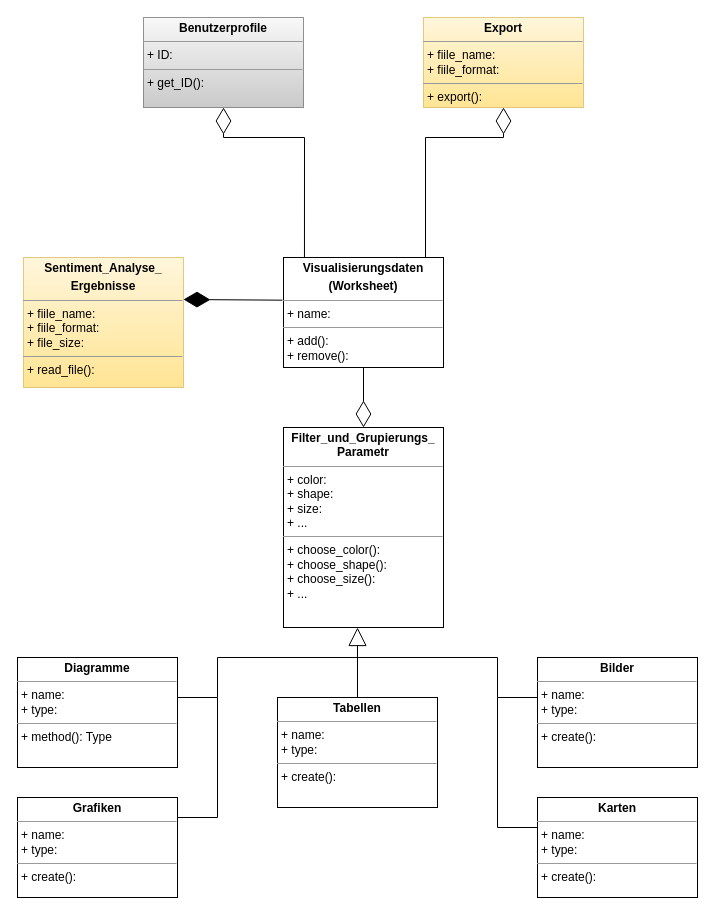
Above: Unbenanntes Diagramm.drawio in AniytaK/hello-world (draw.io), before the change. Source tidied: cells renumbered, new cells numbered last; positions are measured from the earlier drawing's top-left corner, leaving out a move shared by most shapes. Both pictures are drawn from the tidied source at 100%, with x=0, y=0 at pixel (17, 17).
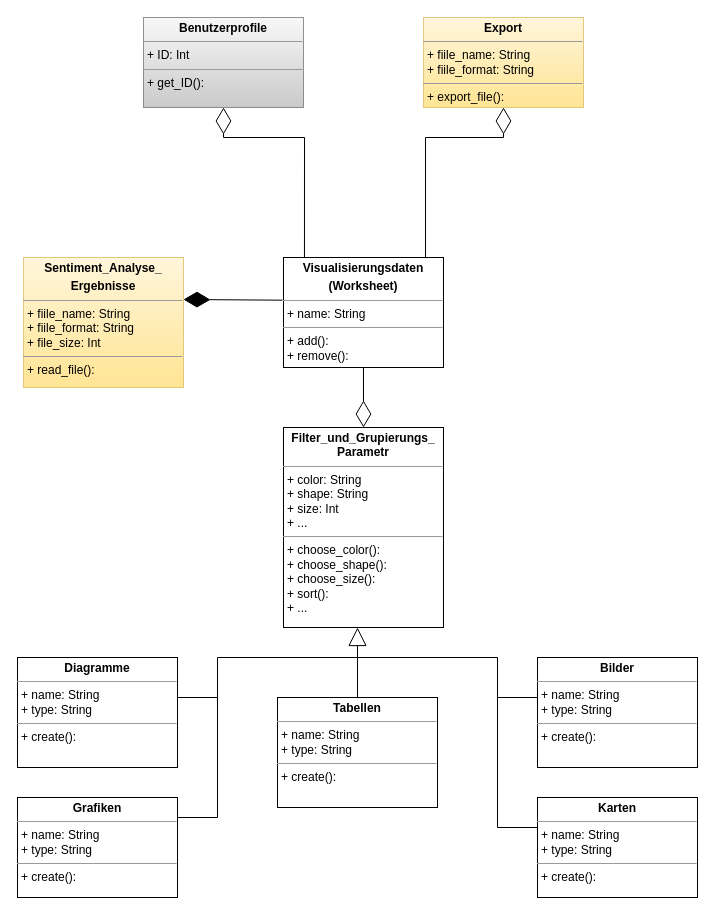
The same page after the edit.

Diff of the diagram source:
```diff
@@
-    <mxCell id="2" value="&lt;p style=&quot;margin:0px;margin-top:4px;text-align:center;&quot;&gt;&lt;b&gt;Grafiken&lt;/b&gt;&lt;/p&gt;&lt;hr size=&quot;1&quot;&gt;&lt;p style=&quot;border-color: var(--border-color); margin: 0px 0px 0px 4px;&quot;&gt;+ name:&lt;/p&gt;&lt;p style=&quot;border-color: var(--border-color); margin: 0px 0px 0px 4px;&quot;&gt;+ type:&lt;/p&gt;&lt;hr size=&quot;1&quot;&gt;&lt;p style=&quot;margin:0px;margin-left:4px;&quot;&gt;+ create():&amp;nbsp;&lt;/p&gt;" style="verticalAlign=top;align=left;overflow=fill;fontSize=12;fontFamily=Helvetica;html=1;whiteSpace=wrap;" parent="1" vertex="1">
+    <mxCell id="2" value="&lt;p style=&quot;margin:0px;margin-top:4px;text-align:center;&quot;&gt;&lt;b&gt;Grafiken&lt;/b&gt;&lt;/p&gt;&lt;hr size=&quot;1&quot;&gt;&lt;p style=&quot;border-color: var(--border-color); margin: 0px 0px 0px 4px;&quot;&gt;+ name: String&lt;/p&gt;&lt;p style=&quot;border-color: var(--border-color); margin: 0px 0px 0px 4px;&quot;&gt;+ type: String&lt;/p&gt;&lt;hr size=&quot;1&quot;&gt;&lt;p style=&quot;margin:0px;margin-left:4px;&quot;&gt;+ create():&amp;nbsp;&lt;/p&gt;" style="verticalAlign=top;align=left;overflow=fill;fontSize=12;fontFamily=Helvetica;html=1;whiteSpace=wrap;" parent="1" vertex="1">
       <mxGeometry y="780" width="160" height="100" as="geometry" />
     </mxCell>
-    <mxCell id="3" value="&lt;p style=&quot;margin:0px;margin-top:4px;text-align:center;&quot;&gt;&lt;b&gt;Diagramme&lt;/b&gt;&lt;/p&gt;&lt;hr size=&quot;1&quot;&gt;&lt;p style=&quot;margin:0px;margin-left:4px;&quot;&gt;+ name:&lt;/p&gt;&lt;p style=&quot;margin:0px;margin-left:4px;&quot;&gt;+ type:&lt;/p&gt;&lt;hr size=&quot;1&quot;&gt;&lt;p style=&quot;margin:0px;margin-left:4px;&quot;&gt;+ method(): Type&lt;/p&gt;" style="verticalAlign=top;align=left;overflow=fill;fontSize=12;fontFamily=Helvetica;html=1;whiteSpace=wrap;" parent="1" vertex="1">
+    <mxCell id="3" value="&lt;p style=&quot;margin:0px;margin-top:4px;text-align:center;&quot;&gt;&lt;b&gt;Diagramme&lt;/b&gt;&lt;/p&gt;&lt;hr size=&quot;1&quot;&gt;&lt;p style=&quot;margin:0px;margin-left:4px;&quot;&gt;+ name: String&lt;/p&gt;&lt;p style=&quot;margin:0px;margin-left:4px;&quot;&gt;+ type: String&lt;/p&gt;&lt;hr size=&quot;1&quot;&gt;&lt;p style=&quot;margin:0px;margin-left:4px;&quot;&gt;+ create():&amp;nbsp;&lt;/p&gt;" style="verticalAlign=top;align=left;overflow=fill;fontSize=12;fontFamily=Helvetica;html=1;whiteSpace=wrap;" parent="1" vertex="1">
       <mxGeometry y="640" width="160" height="110" as="geometry" />
     </mxCell>
-    <mxCell id="4" value="&lt;p style=&quot;margin:0px;margin-top:4px;text-align:center;&quot;&gt;&lt;b&gt;Tabellen&lt;/b&gt;&lt;/p&gt;&lt;hr size=&quot;1&quot;&gt;&lt;p style=&quot;margin:0px;margin-left:4px;&quot;&gt;+ name:&lt;/p&gt;&lt;p style=&quot;border-color: var(--border-color); margin: 0px 0px 0px 4px;&quot;&gt;+ type:&lt;/p&gt;&lt;hr size=&quot;1&quot;&gt;&lt;p style=&quot;margin:0px;margin-left:4px;&quot;&gt;+ create():&amp;nbsp;&lt;/p&gt;" style="verticalAlign=top;align=left;overflow=fill;fontSize=12;fontFamily=Helvetica;html=1;whiteSpace=wrap;" parent="1" vertex="1">
+    <mxCell id="4" value="&lt;p style=&quot;margin:0px;margin-top:4px;text-align:center;&quot;&gt;&lt;b&gt;Tabellen&lt;/b&gt;&lt;/p&gt;&lt;hr size=&quot;1&quot;&gt;&lt;p style=&quot;margin:0px;margin-left:4px;&quot;&gt;+ name: String&lt;/p&gt;&lt;p style=&quot;border-color: var(--border-color); margin: 0px 0px 0px 4px;&quot;&gt;+ type: String&lt;/p&gt;&lt;hr size=&quot;1&quot;&gt;&lt;p style=&quot;margin:0px;margin-left:4px;&quot;&gt;+ create():&amp;nbsp;&lt;/p&gt;" style="verticalAlign=top;align=left;overflow=fill;fontSize=12;fontFamily=Helvetica;html=1;whiteSpace=wrap;" parent="1" vertex="1">
       <mxGeometry x="260" y="680" width="160" height="110" as="geometry" />
     </mxCell>
-    <mxCell id="5" value="&lt;p style=&quot;margin:0px;margin-top:4px;text-align:center;&quot;&gt;&lt;b&gt;Bilder&lt;/b&gt;&lt;/p&gt;&lt;hr size=&quot;1&quot;&gt;&lt;p style=&quot;border-color: var(--border-color); margin: 0px 0px 0px 4px;&quot;&gt;+ name:&lt;/p&gt;&lt;p style=&quot;border-color: var(--border-color); margin: 0px 0px 0px 4px;&quot;&gt;+ type:&lt;/p&gt;&lt;hr size=&quot;1&quot;&gt;&lt;p style=&quot;margin:0px;margin-left:4px;&quot;&gt;+ create():&amp;nbsp;&lt;/p&gt;" style="verticalAlign=top;align=left;overflow=fill;fontSize=12;fontFamily=Helvetica;html=1;whiteSpace=wrap;" parent="1" vertex="1">
+    <mxCell id="5" value="&lt;p style=&quot;margin:0px;margin-top:4px;text-align:center;&quot;&gt;&lt;b&gt;Bilder&lt;/b&gt;&lt;/p&gt;&lt;hr size=&quot;1&quot;&gt;&lt;p style=&quot;border-color: var(--border-color); margin: 0px 0px 0px 4px;&quot;&gt;+ name: String&lt;/p&gt;&lt;p style=&quot;border-color: var(--border-color); margin: 0px 0px 0px 4px;&quot;&gt;+ type: String&lt;/p&gt;&lt;hr size=&quot;1&quot;&gt;&lt;p style=&quot;margin:0px;margin-left:4px;&quot;&gt;+ create():&amp;nbsp;&lt;/p&gt;" style="verticalAlign=top;align=left;overflow=fill;fontSize=12;fontFamily=Helvetica;html=1;whiteSpace=wrap;" parent="1" vertex="1">
       <mxGeometry x="520" y="640" width="160" height="110" as="geometry" />
     </mxCell>
-    <mxCell id="6" value="&lt;p style=&quot;margin:0px;margin-top:4px;text-align:center;&quot;&gt;&lt;b&gt;Karten&lt;/b&gt;&lt;/p&gt;&lt;hr size=&quot;1&quot;&gt;&lt;p style=&quot;border-color: var(--border-color); margin: 0px 0px 0px 4px;&quot;&gt;+ name:&lt;/p&gt;&lt;p style=&quot;border-color: var(--border-color); margin: 0px 0px 0px 4px;&quot;&gt;+ type:&lt;/p&gt;&lt;hr size=&quot;1&quot;&gt;&lt;p style=&quot;margin:0px;margin-left:4px;&quot;&gt;+ create():&amp;nbsp;&lt;/p&gt;" style="verticalAlign=top;align=left;overflow=fill;fontSize=12;fontFamily=Helvetica;html=1;whiteSpace=wrap;" parent="1" vertex="1">
+    <mxCell id="6" value="&lt;p style=&quot;margin:0px;margin-top:4px;text-align:center;&quot;&gt;&lt;b&gt;Karten&lt;/b&gt;&lt;/p&gt;&lt;hr size=&quot;1&quot;&gt;&lt;p style=&quot;border-color: var(--border-color); margin: 0px 0px 0px 4px;&quot;&gt;+ name: String&lt;/p&gt;&lt;p style=&quot;border-color: var(--border-color); margin: 0px 0px 0px 4px;&quot;&gt;+ type: String&lt;/p&gt;&lt;hr size=&quot;1&quot;&gt;&lt;p style=&quot;margin:0px;margin-left:4px;&quot;&gt;+ create():&amp;nbsp;&lt;/p&gt;" style="verticalAlign=top;align=left;overflow=fill;fontSize=12;fontFamily=Helvetica;html=1;whiteSpace=wrap;" parent="1" vertex="1">
       <mxGeometry x="520" y="780" width="160" height="100" as="geometry" />
     </mxCell>
@@
-    <mxCell id="10" value="&lt;p style=&quot;margin:0px;margin-top:4px;text-align:center;&quot;&gt;&lt;b&gt;Benutzerprofile&lt;/b&gt;&lt;/p&gt;&lt;hr size=&quot;1&quot;&gt;&lt;p style=&quot;margin:0px;margin-left:4px;&quot;&gt;+ ID:&amp;nbsp;&lt;/p&gt;&lt;hr size=&quot;1&quot;&gt;&lt;p style=&quot;margin:0px;margin-left:4px;&quot;&gt;+ get_ID():&amp;nbsp;&lt;/p&gt;" style="verticalAlign=top;align=left;overflow=fill;fontSize=12;fontFamily=Helvetica;html=1;whiteSpace=wrap;fillColor=#f5f5f5;strokeColor=#666666;gradientColor=#b3b3b3;opacity=70;" parent="1" vertex="1">
+    <mxCell id="10" value="&lt;p style=&quot;margin:0px;margin-top:4px;text-align:center;&quot;&gt;&lt;b&gt;Benutzerprofile&lt;/b&gt;&lt;/p&gt;&lt;hr size=&quot;1&quot;&gt;&lt;p style=&quot;margin:0px;margin-left:4px;&quot;&gt;+ ID: Int&lt;/p&gt;&lt;hr size=&quot;1&quot;&gt;&lt;p style=&quot;margin:0px;margin-left:4px;&quot;&gt;+ get_ID():&amp;nbsp;&lt;/p&gt;" style="verticalAlign=top;align=left;overflow=fill;fontSize=12;fontFamily=Helvetica;html=1;whiteSpace=wrap;fillColor=#f5f5f5;strokeColor=#666666;gradientColor=#b3b3b3;opacity=70;" parent="1" vertex="1">
       <mxGeometry x="126" width="160" height="90" as="geometry" />
     </mxCell>
@@
-    <mxCell id="12" value="&lt;p style=&quot;margin:0px;margin-top:4px;text-align:center;&quot;&gt;&lt;b&gt;Sentiment_Analyse_&lt;/b&gt;&lt;/p&gt;&lt;p style=&quot;margin:0px;margin-top:4px;text-align:center;&quot;&gt;&lt;b&gt;Ergebnisse&lt;/b&gt;&lt;/p&gt;&lt;hr size=&quot;1&quot;&gt;&lt;p style=&quot;border-color: var(--border-color); margin: 0px 0px 0px 4px;&quot;&gt;+ fiile_name:&amp;nbsp;&lt;/p&gt;&lt;p style=&quot;border-color: var(--border-color); margin: 0px 0px 0px 4px;&quot;&gt;+ fiile_format:&amp;nbsp;&lt;/p&gt;&lt;p style=&quot;border-color: var(--border-color); margin: 0px 0px 0px 4px;&quot;&gt;+ file_size:&amp;nbsp;&lt;/p&gt;&lt;hr size=&quot;1&quot;&gt;&lt;p style=&quot;margin:0px;margin-left:4px;&quot;&gt;+ read_file():&lt;/p&gt;" style="verticalAlign=top;align=left;overflow=fill;fontSize=12;fontFamily=Helvetica;html=1;whiteSpace=wrap;fillColor=#fff2cc;strokeColor=#d6b656;gradientColor=#ffd966;opacity=70;" parent="1" vertex="1">
+    <mxCell id="12" value="&lt;p style=&quot;margin:0px;margin-top:4px;text-align:center;&quot;&gt;&lt;b&gt;Sentiment_Analyse_&lt;/b&gt;&lt;/p&gt;&lt;p style=&quot;margin:0px;margin-top:4px;text-align:center;&quot;&gt;&lt;b&gt;Ergebnisse&lt;/b&gt;&lt;/p&gt;&lt;hr size=&quot;1&quot;&gt;&lt;p style=&quot;border-color: var(--border-color); margin: 0px 0px 0px 4px;&quot;&gt;+ fiile_name: String&lt;/p&gt;&lt;p style=&quot;border-color: var(--border-color); margin: 0px 0px 0px 4px;&quot;&gt;&lt;span style=&quot;background-color: initial;&quot;&gt;+ fiile_format: String&lt;/span&gt;&lt;/p&gt;&lt;p style=&quot;border-color: var(--border-color); margin: 0px 0px 0px 4px;&quot;&gt;+ file_size: Int&lt;/p&gt;&lt;hr size=&quot;1&quot;&gt;&lt;p style=&quot;margin:0px;margin-left:4px;&quot;&gt;+ read_file():&lt;/p&gt;" style="verticalAlign=top;align=left;overflow=fill;fontSize=12;fontFamily=Helvetica;html=1;whiteSpace=wrap;fillColor=#fff2cc;strokeColor=#d6b656;gradientColor=#ffd966;opacity=70;" parent="1" vertex="1">
       <mxGeometry x="6" y="240" width="160" height="130" as="geometry" />
     </mxCell>
@@
-    <mxCell id="14" value="&lt;p style=&quot;margin:0px;margin-top:4px;text-align:center;&quot;&gt;&lt;b&gt;Filter_und_Grupierungs_ Parametr&lt;/b&gt;&lt;/p&gt;&lt;hr size=&quot;1&quot;&gt;&lt;p style=&quot;margin:0px;margin-left:4px;&quot;&gt;+ color:&amp;nbsp;&lt;/p&gt;&lt;p style=&quot;margin:0px;margin-left:4px;&quot;&gt;+ shape:&lt;/p&gt;&lt;p style=&quot;margin:0px;margin-left:4px;&quot;&gt;+ size:&lt;/p&gt;&lt;p style=&quot;margin:0px;margin-left:4px;&quot;&gt;+ ...&lt;/p&gt;&lt;hr size=&quot;1&quot;&gt;&lt;p style=&quot;margin:0px;margin-left:4px;&quot;&gt;+ choose_color():&lt;/p&gt;&lt;p style=&quot;margin:0px;margin-left:4px;&quot;&gt;+ choose_shape():&lt;br&gt;&lt;/p&gt;&lt;p style=&quot;margin:0px;margin-left:4px;&quot;&gt;+ choose_size():&lt;br&gt;&lt;/p&gt;&lt;p style=&quot;margin:0px;margin-left:4px;&quot;&gt;+ ...&lt;/p&gt;" style="verticalAlign=top;align=left;overflow=fill;fontSize=12;fontFamily=Helvetica;html=1;whiteSpace=wrap;" parent="1" vertex="1">
+    <mxCell id="14" value="&lt;p style=&quot;margin:0px;margin-top:4px;text-align:center;&quot;&gt;&lt;b&gt;Filter_und_Grupierungs_ Parametr&lt;/b&gt;&lt;/p&gt;&lt;hr size=&quot;1&quot;&gt;&lt;p style=&quot;margin:0px;margin-left:4px;&quot;&gt;+ color: String&lt;/p&gt;&lt;p style=&quot;margin:0px;margin-left:4px;&quot;&gt;+ shape: String&lt;/p&gt;&lt;p style=&quot;margin:0px;margin-left:4px;&quot;&gt;+ size: Int&lt;/p&gt;&lt;p style=&quot;margin:0px;margin-left:4px;&quot;&gt;+ ...&lt;/p&gt;&lt;hr size=&quot;1&quot;&gt;&lt;p style=&quot;margin:0px;margin-left:4px;&quot;&gt;+ choose_color():&lt;/p&gt;&lt;p style=&quot;margin:0px;margin-left:4px;&quot;&gt;+ choose_shape():&lt;br&gt;&lt;/p&gt;&lt;p style=&quot;margin:0px;margin-left:4px;&quot;&gt;+ choose_size():&lt;br&gt;&lt;/p&gt;&lt;p style=&quot;margin:0px;margin-left:4px;&quot;&gt;+ sort():&lt;/p&gt;&lt;p style=&quot;margin:0px;margin-left:4px;&quot;&gt;+ ...&lt;/p&gt;" style="verticalAlign=top;align=left;overflow=fill;fontSize=12;fontFamily=Helvetica;html=1;whiteSpace=wrap;" parent="1" vertex="1">
       <mxGeometry x="266" y="410" width="160" height="200" as="geometry" />
     </mxCell>
@@
-    <mxCell id="16" style="endArrow=diamondThin;endFill=0;endSize=24;html=1;rounded=0;exitX=0.5;exitY=0;exitDx=0;exitDy=0;entryX=0.5;entryY=1;entryDx=0;entryDy=0;" parent="1" edge="1" target="17">
-      <mxGeometry relative="1" as="geometry">
-        <mxPoint x="356" y="250" as="sourcePoint" />
-      </mxGeometry>
-    </mxCell>
-    <mxCell id="17" value="&lt;p style=&quot;margin:0px;margin-top:4px;text-align:center;&quot;&gt;&lt;b&gt;Visualisierungsdaten&lt;/b&gt;&lt;/p&gt;&lt;p style=&quot;margin:0px;margin-top:4px;text-align:center;&quot;&gt;&lt;b&gt;(Worksheet)&lt;/b&gt;&lt;/p&gt;&lt;hr size=&quot;1&quot;&gt;&lt;p style=&quot;margin:0px;margin-left:4px;&quot;&gt;+ name:&lt;/p&gt;&lt;hr size=&quot;1&quot;&gt;&lt;p style=&quot;margin:0px;margin-left:4px;&quot;&gt;+ add():&amp;nbsp;&lt;/p&gt;&lt;p style=&quot;margin:0px;margin-left:4px;&quot;&gt;+ remove():&lt;/p&gt;" style="verticalAlign=top;align=left;overflow=fill;fontSize=12;fontFamily=Helvetica;html=1;whiteSpace=wrap;" parent="1" vertex="1">
+    <mxCell id="17" value="&lt;p style=&quot;margin:0px;margin-top:4px;text-align:center;&quot;&gt;&lt;b&gt;Visualisierungsdaten&lt;/b&gt;&lt;/p&gt;&lt;p style=&quot;margin:0px;margin-top:4px;text-align:center;&quot;&gt;&lt;b&gt;(Worksheet)&lt;/b&gt;&lt;/p&gt;&lt;hr size=&quot;1&quot;&gt;&lt;p style=&quot;margin:0px;margin-left:4px;&quot;&gt;+ name: String&lt;/p&gt;&lt;hr size=&quot;1&quot;&gt;&lt;p style=&quot;margin:0px;margin-left:4px;&quot;&gt;+ add():&amp;nbsp;&lt;/p&gt;&lt;p style=&quot;margin:0px;margin-left:4px;&quot;&gt;+ remove():&lt;/p&gt;" style="verticalAlign=top;align=left;overflow=fill;fontSize=12;fontFamily=Helvetica;html=1;whiteSpace=wrap;" parent="1" vertex="1">
       <mxGeometry x="266" y="240" width="160" height="110" as="geometry" />
     </mxCell>
-    <mxCell id="18" value="&lt;p style=&quot;margin:0px;margin-top:4px;text-align:center;&quot;&gt;&lt;b&gt;Export&lt;/b&gt;&lt;/p&gt;&lt;hr size=&quot;1&quot;&gt;&lt;p style=&quot;margin:0px;margin-left:4px;&quot;&gt;+ fiile_name:&amp;nbsp;&lt;/p&gt;&lt;p style=&quot;margin:0px;margin-left:4px;&quot;&gt;+ fiile_format:&amp;nbsp;&lt;br&gt;&lt;/p&gt;&lt;hr size=&quot;1&quot;&gt;&lt;p style=&quot;margin:0px;margin-left:4px;&quot;&gt;+ export():&amp;nbsp;&lt;/p&gt;" style="verticalAlign=top;align=left;overflow=fill;fontSize=12;fontFamily=Helvetica;html=1;whiteSpace=wrap;fillColor=#fff2cc;strokeColor=#d6b656;gradientColor=#ffd966;opacity=70;" parent="1" vertex="1">
+    <mxCell id="18" value="&lt;p style=&quot;margin:0px;margin-top:4px;text-align:center;&quot;&gt;&lt;b&gt;Export&lt;/b&gt;&lt;/p&gt;&lt;hr size=&quot;1&quot;&gt;&lt;p style=&quot;margin:0px;margin-left:4px;&quot;&gt;+ fiile_name: String&lt;/p&gt;&lt;p style=&quot;margin:0px;margin-left:4px;&quot;&gt;+ fiile_format: String&lt;br&gt;&lt;/p&gt;&lt;hr size=&quot;1&quot;&gt;&lt;p style=&quot;margin:0px;margin-left:4px;&quot;&gt;+ export_file():&amp;nbsp;&lt;/p&gt;" style="verticalAlign=top;align=left;overflow=fill;fontSize=12;fontFamily=Helvetica;html=1;whiteSpace=wrap;fillColor=#fff2cc;strokeColor=#d6b656;gradientColor=#ffd966;opacity=70;" parent="1" vertex="1">
       <mxGeometry x="406" width="160" height="90" as="geometry" />
     </mxCell>
```
